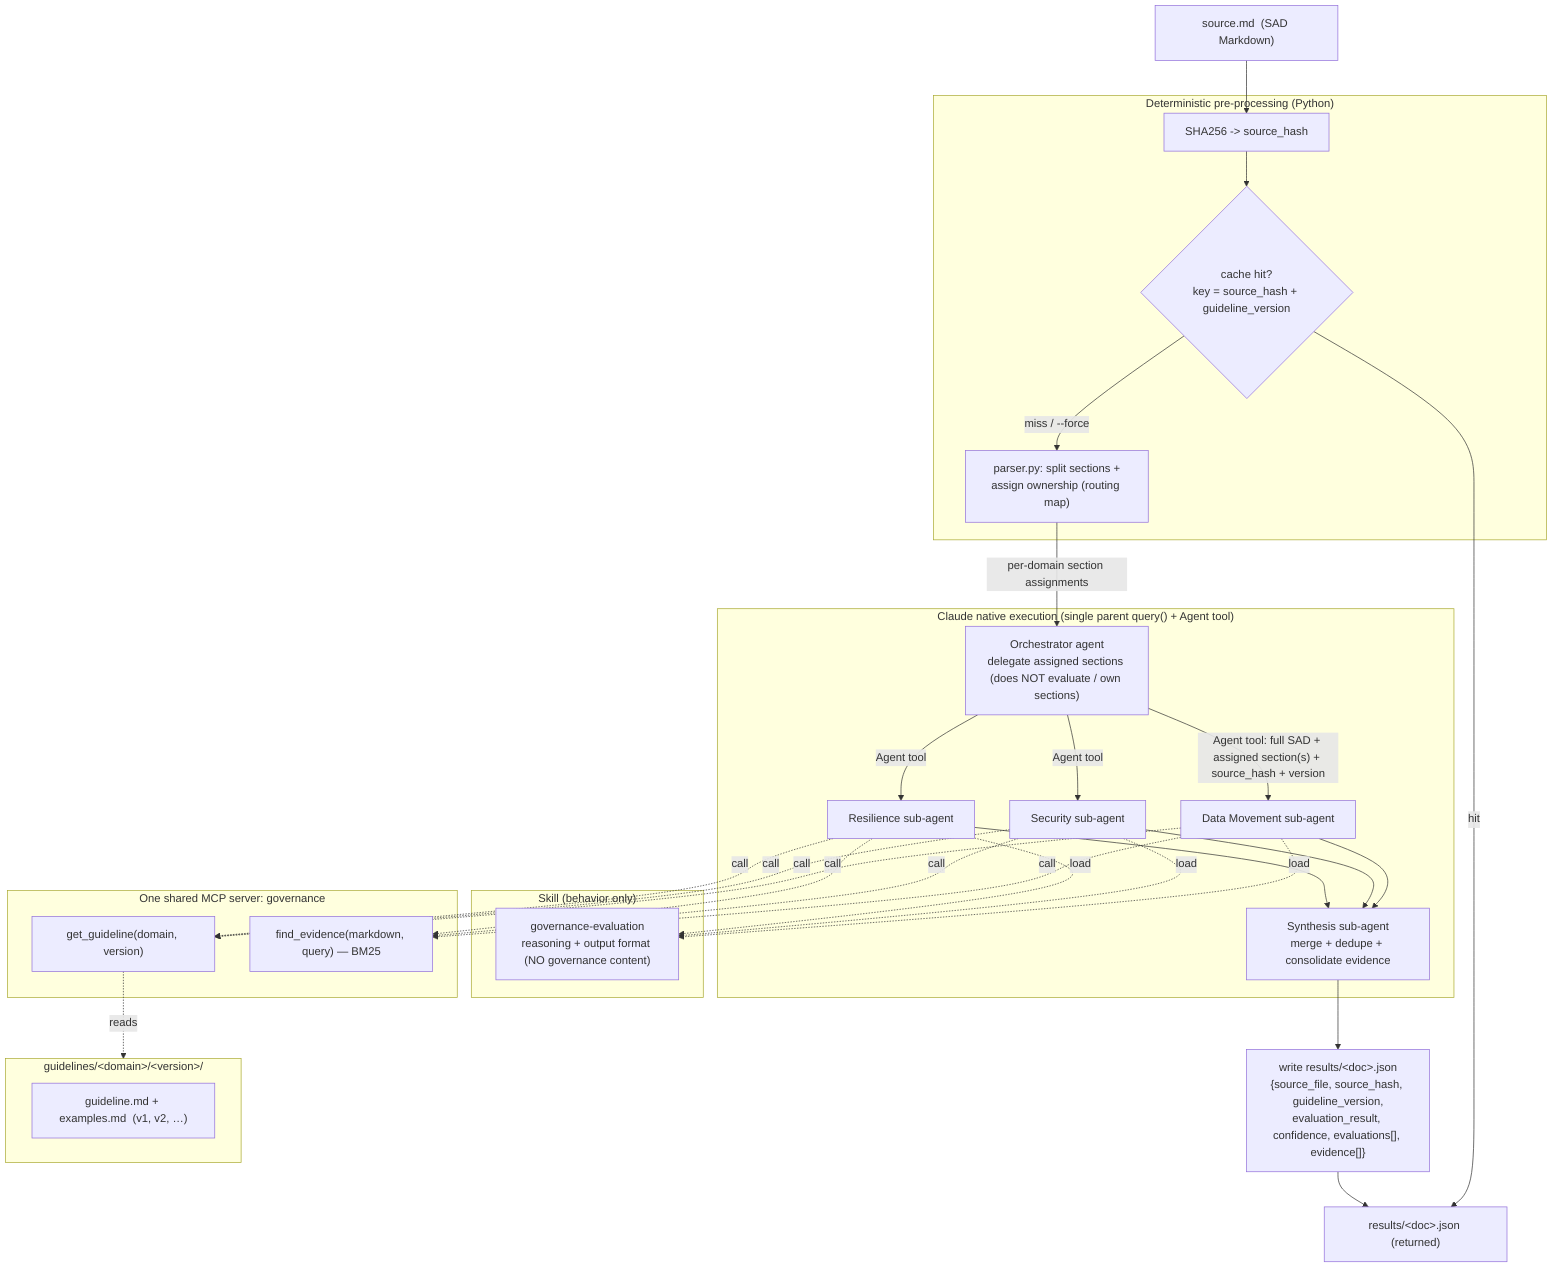
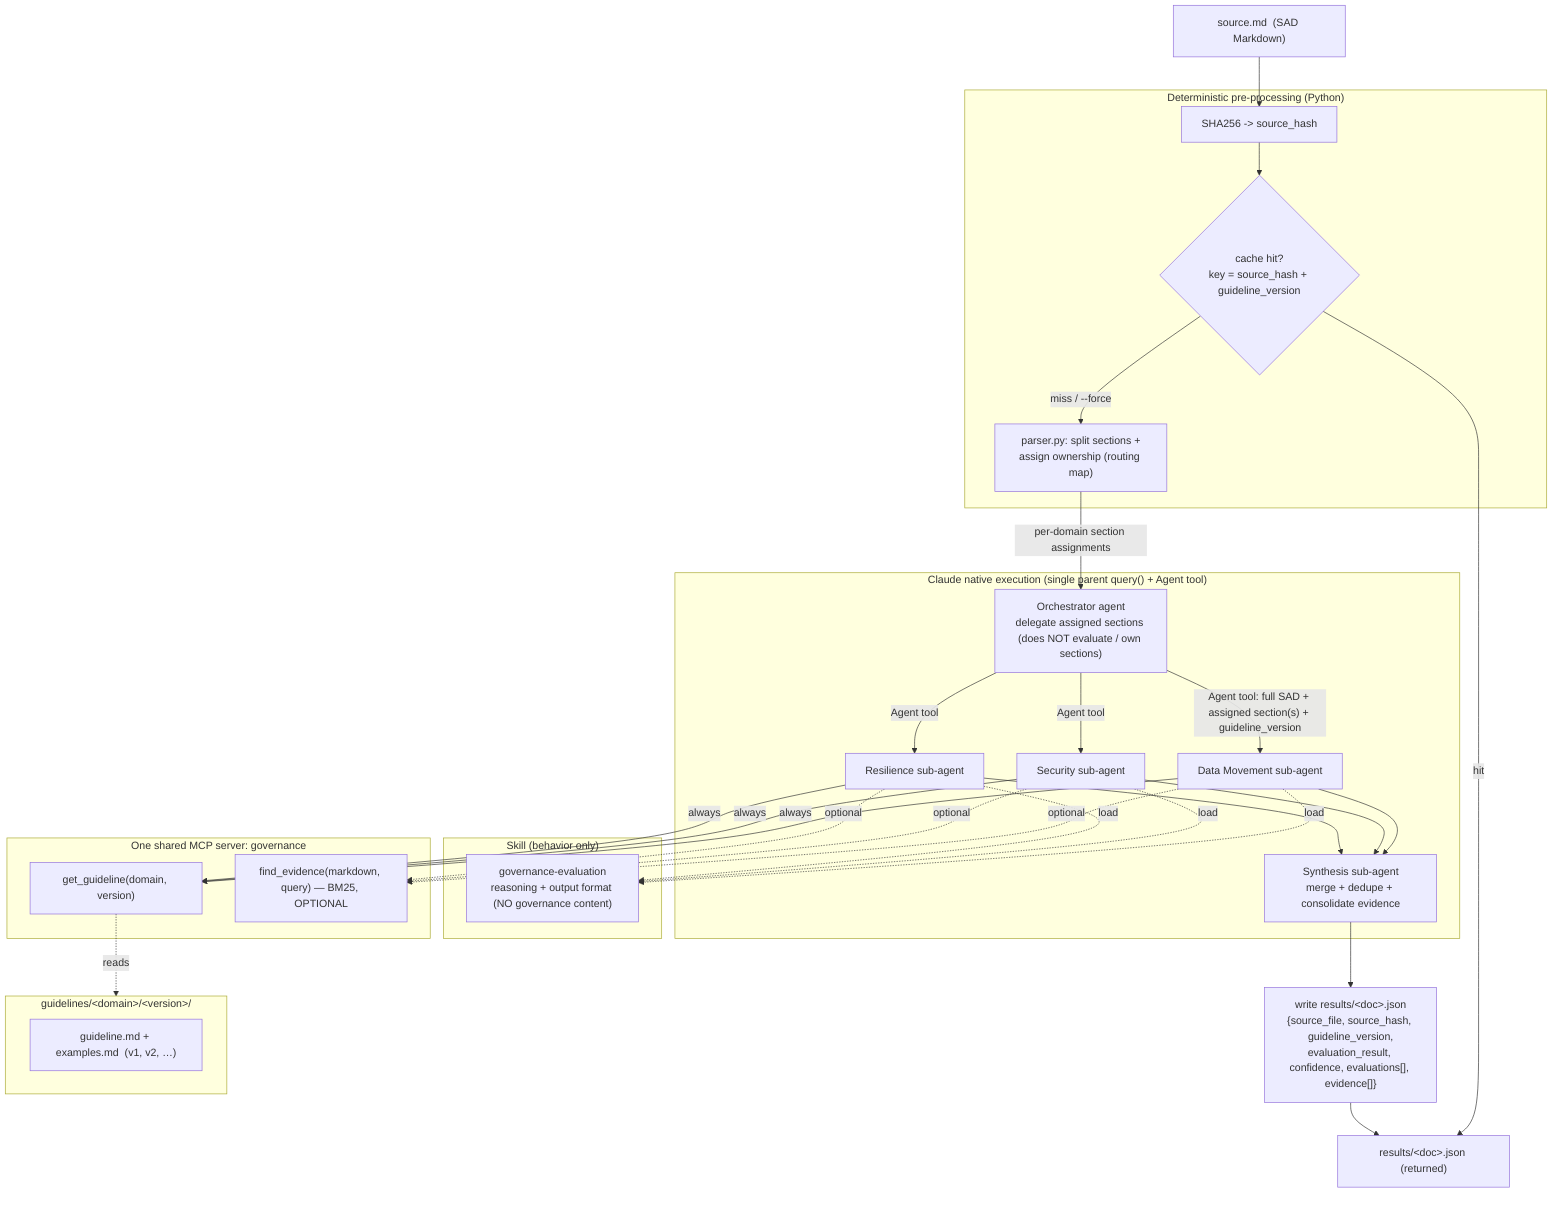
flowchart TD
    SAD["source.md  (SAD Markdown)"]

    subgraph DET["Deterministic pre-processing (Python)"]
        HASH["SHA256 -> source_hash"]
        CACHE{"cache hit?<br/>key = source_hash + guideline_version"}
        PARSE["parser.py: split sections +<br/>assign ownership (routing map)"]
    end

    SAD --> HASH --> CACHE
    CACHE -- "hit" --> OUT["results/&lt;doc&gt;.json (returned)"]
    CACHE -- "miss / --force" --> PARSE

    PARSE -- "per-domain section assignments" --> ORCH

    subgraph NATIVE["Claude native execution (single parent query() + Agent tool)"]
        ORCH["Orchestrator agent<br/>delegate assigned sections (does NOT evaluate / own sections)"]
        DM["Data Movement sub-agent"]
        SEC["Security sub-agent"]
        RES["Resilience sub-agent"]
        SYN["Synthesis sub-agent<br/>merge + dedupe + consolidate evidence"]
    end

-     ORCH -- "Agent tool: full SAD + assigned section(s) + source_hash + version" --> DM
+     ORCH -- "Agent tool: full SAD + assigned section(s) + guideline_version" --> DM
    ORCH -- "Agent tool" --> SEC
    ORCH -- "Agent tool" --> RES

    subgraph SKILL["Skill (behavior only)"]
        SK["governance-evaluation<br/>reasoning + output format (NO governance content)"]
    end
    DM & SEC & RES -. load .-> SK

    subgraph MCP["One shared MCP server: governance"]
        T1["get_guideline(domain, version)"]
-         T2["find_evidence(markdown, query) — BM25"]
+         T2["find_evidence(markdown, query) — BM25, OPTIONAL"]
    end
-     DM & SEC & RES -. call .-> T1 & T2
+     DM & SEC & RES -- "always" --> T1
+     DM & SEC & RES -. "optional" .-> T2

    subgraph GUIDE["guidelines/&lt;domain&gt;/&lt;version&gt;/"]
        G["guideline.md + examples.md  (v1, v2, …)"]
    end
    T1 -. reads .-> GUIDE

    DM --> SYN
    SEC --> SYN
    RES --> SYN
    SYN --> WRITE["write results/&lt;doc&gt;.json<br/>{source_file, source_hash, guideline_version,<br/>evaluation_result, confidence, evaluations[], evidence[]}"]
    WRITE --> OUT
